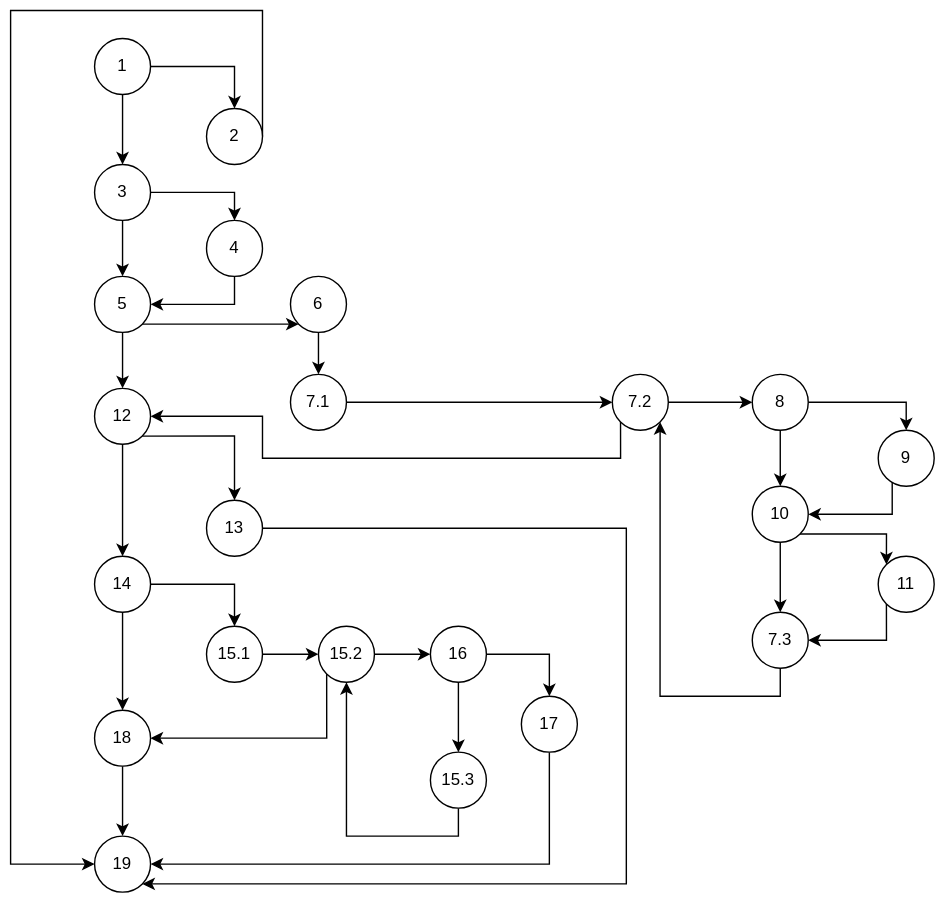
Before: ControlFlowGraph.svg, a diagram exported from draw.io (LucijaTonkovic/SI_2023_lab2_216062). Source tidied: cells renumbered, new cells last; positions are measured from the earlier drawing's top-left corner, leaving out a move shared by most shapes.
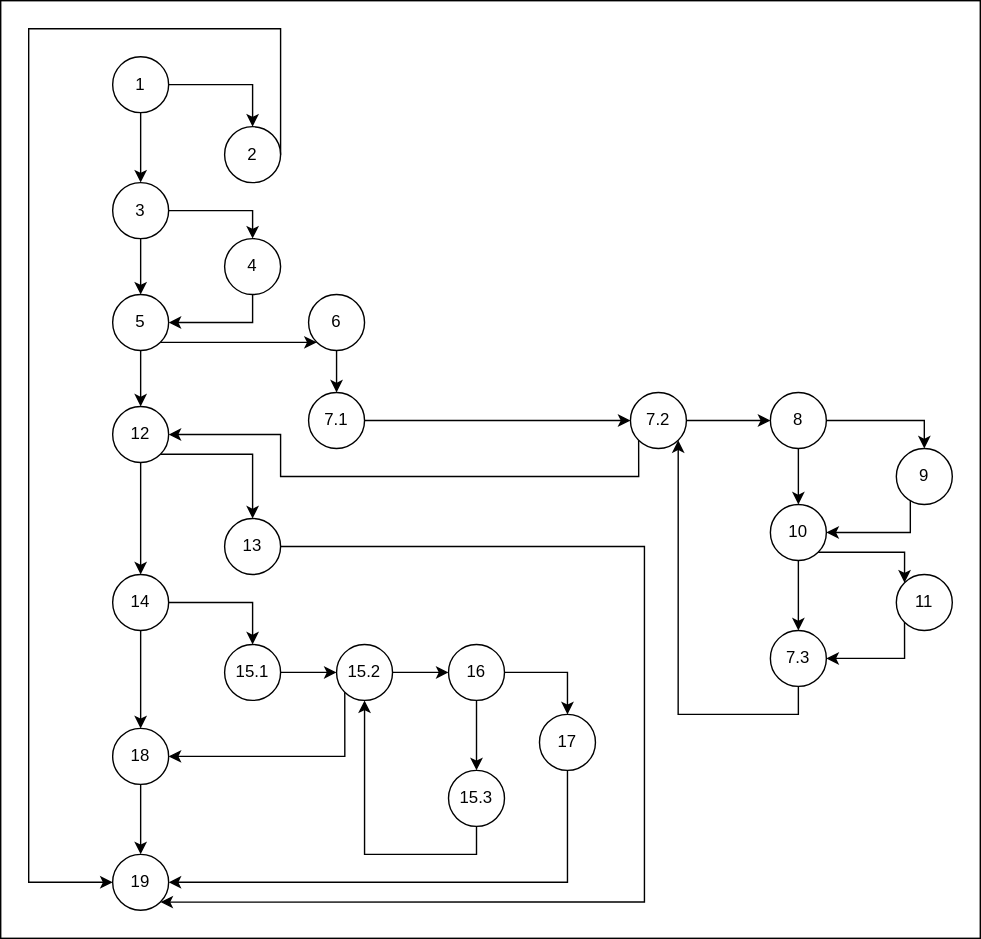
The same diagram one commit later.

Commit message:
Changed the Control Flow Graph image so it has a white background

The edit, as a diff of the source:
```diff
@@ -2,6 +2,9 @@
   <root>
     <mxCell id="0" />
     <mxCell id="1" parent="0" />
+    <mxCell id="57" style="rounded=0;whiteSpace=wrap;html=1;" parent="1" vertex="1">
+      <mxGeometry x="-20" y="-20" width="700" height="670" as="geometry" />
+    </mxCell>
     <mxCell id="2" style="edgeStyle=orthogonalEdgeStyle;rounded=0;jettySize=auto;html=1;exitX=1;exitY=0.5;exitDx=0;exitDy=0;entryX=0.5;entryY=0;entryDx=0;entryDy=0;" parent="1" edge="1" source="4" target="6">
       <mxGeometry relative="1" as="geometry" />
     </mxCell>
```
